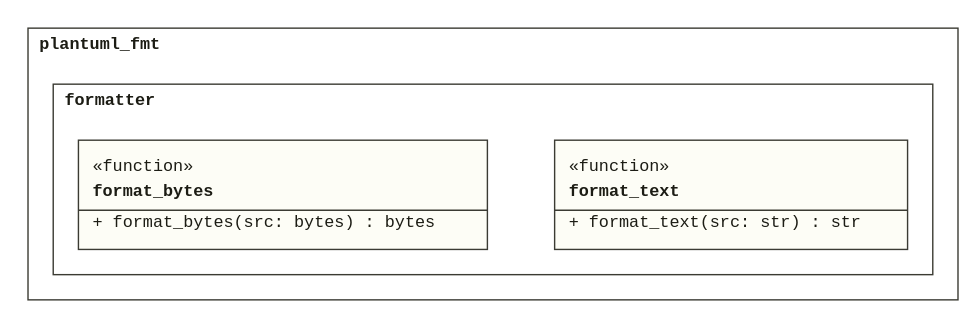
The PlantUML diagram doc/assets/CL_Formatter.svg in derivasoftware/plantuml-fmt, before a commit. Its source is kept beside it as design/lld/plantuml_fmt/CL_Formatter.puml.
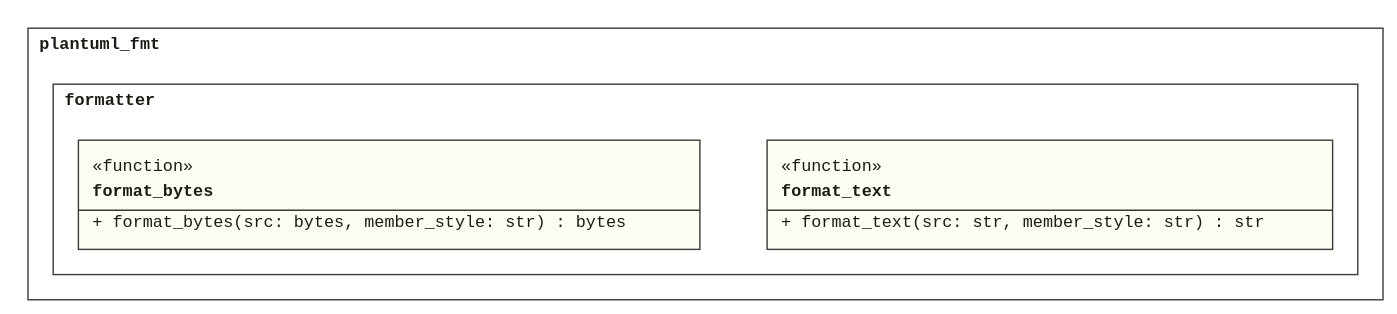
Above is the later version.

What changed in the source:
```diff
@@ -4,10 +4,10 @@
 
 namespace plantuml_fmt.formatter {
   class format_bytes <<function>> {
-    + format_bytes(src: bytes) : bytes
+    + format_bytes(src: bytes, member_style: str) : bytes
   }
   class format_text <<function>> {
-    + format_text(src: str) : str
+    + format_text(src: str, member_style: str) : str
   }
 }
 
```
